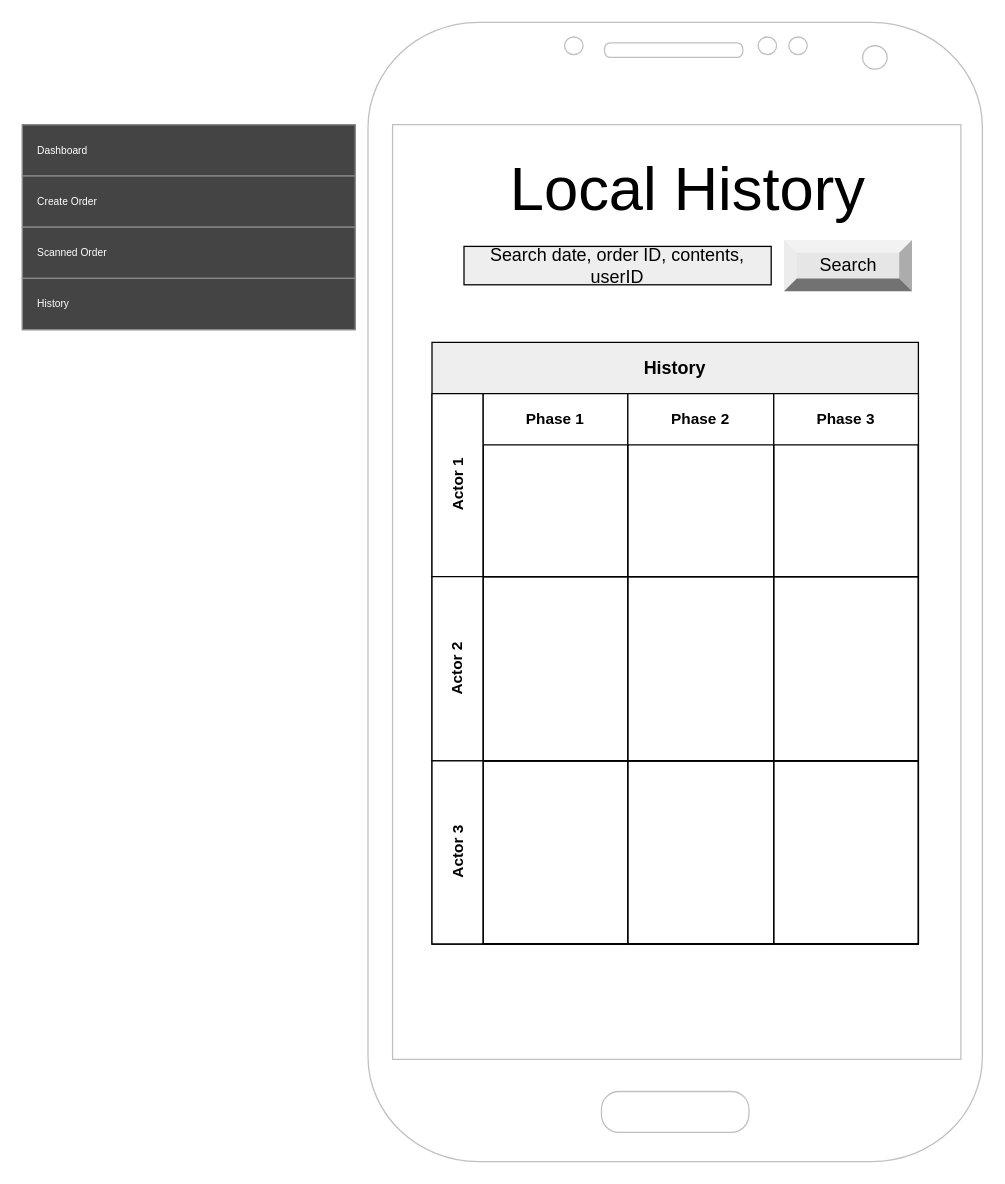
ThatOneGal/NavyFoodSecurity keeps this draw.io diagram as page "Local History" (6 of 7) of Documentation/Wireframes/NFS Mobile App v2.drawio. Above is the earlier version. Source tidied: cells renumbered, new cells numbered last; positions are measured from the earlier drawing's top-left corner, leaving out a move shared by most shapes. Both pictures are drawn from the tidied source at 128%, with x=0, y=0 at pixel (22, 22).
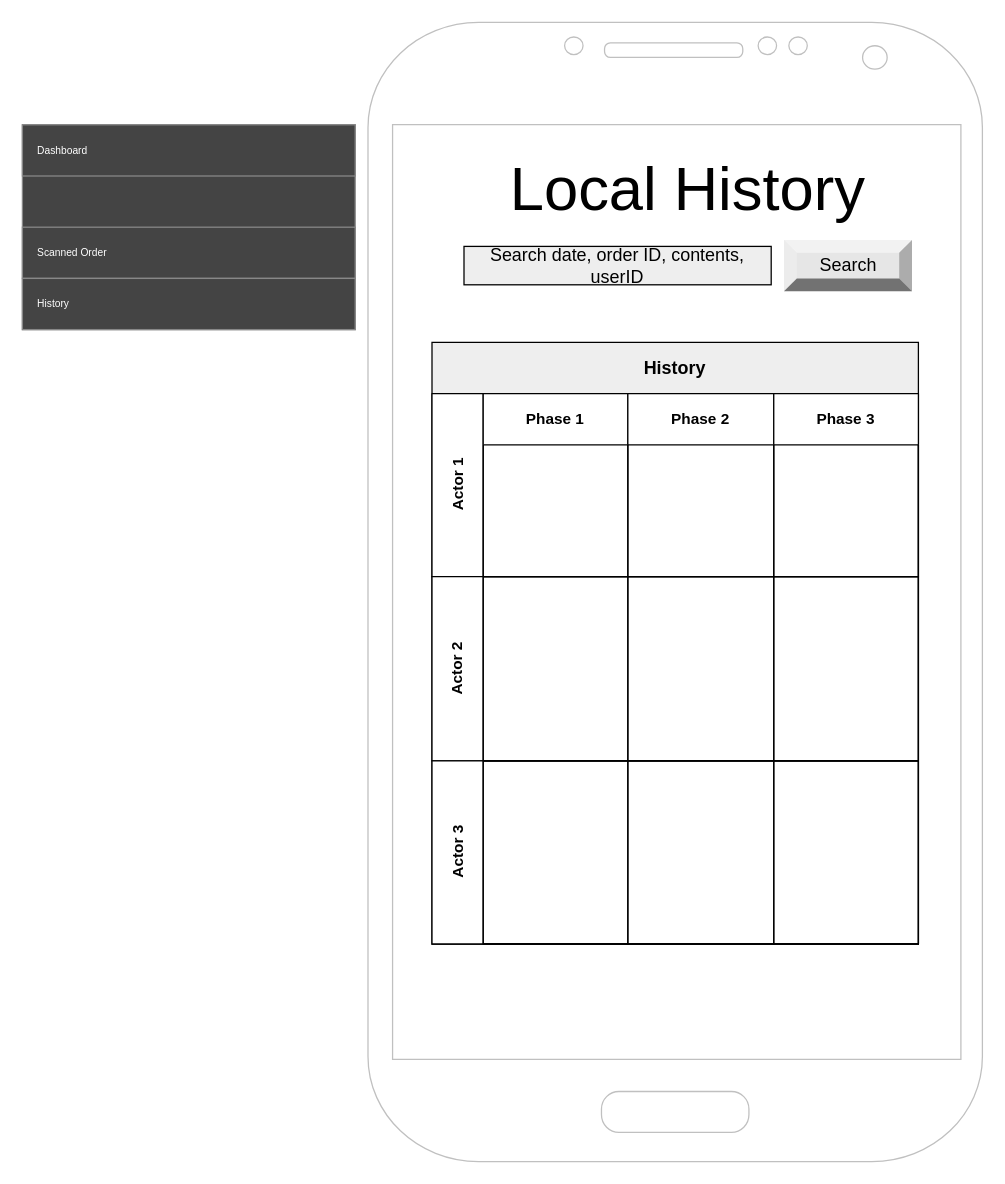
Above is the later version.

Unchanged cells that the change refers to:
```xml
<mxCell id="3" style="strokeWidth=1;html=1;shadow=0;dashed=0;shape=mxgraph.android.rrect;rSize=0;strokeColor=#888888;fillColor=#444444;" parent="1" vertex="1">
  <mxGeometry y="80" width="260" height="160" as="geometry" />
</mxCell>
```

The edit, as a diff of the source:
```diff
@@
-    <mxCell id="5" value="Create Order" style="strokeColor=inherit;fillColor=inherit;gradientColor=inherit;strokeWidth=1;html=1;shadow=0;dashed=0;shape=mxgraph.android.rrect;rSize=0;align=left;spacingLeft=10;fontSize=8;fontColor=#ffffff;" parent="3" vertex="1">
-      <mxGeometry y="40" width="260" height="40" as="geometry" />
-    </mxCell>
```
